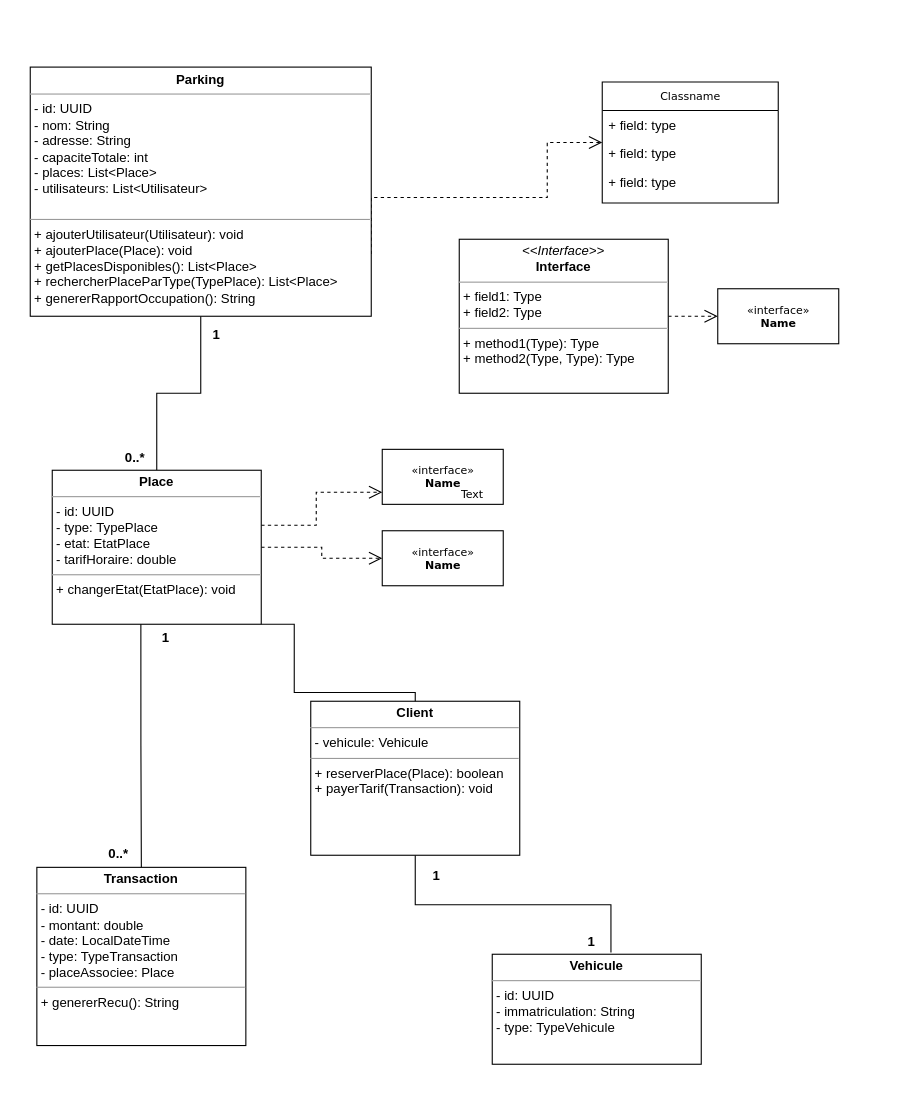
Above: images/Diagramme sans nom.drawio in Yassinean/School-Web (draw.io), before the change. Source tidied: cells renumbered, new cells numbered last; positions are measured from the earlier drawing's top-left corner, leaving out a move shared by most shapes. Both pictures are drawn from the tidied source at 110%, with x=0, y=0 at pixel (30, 67).
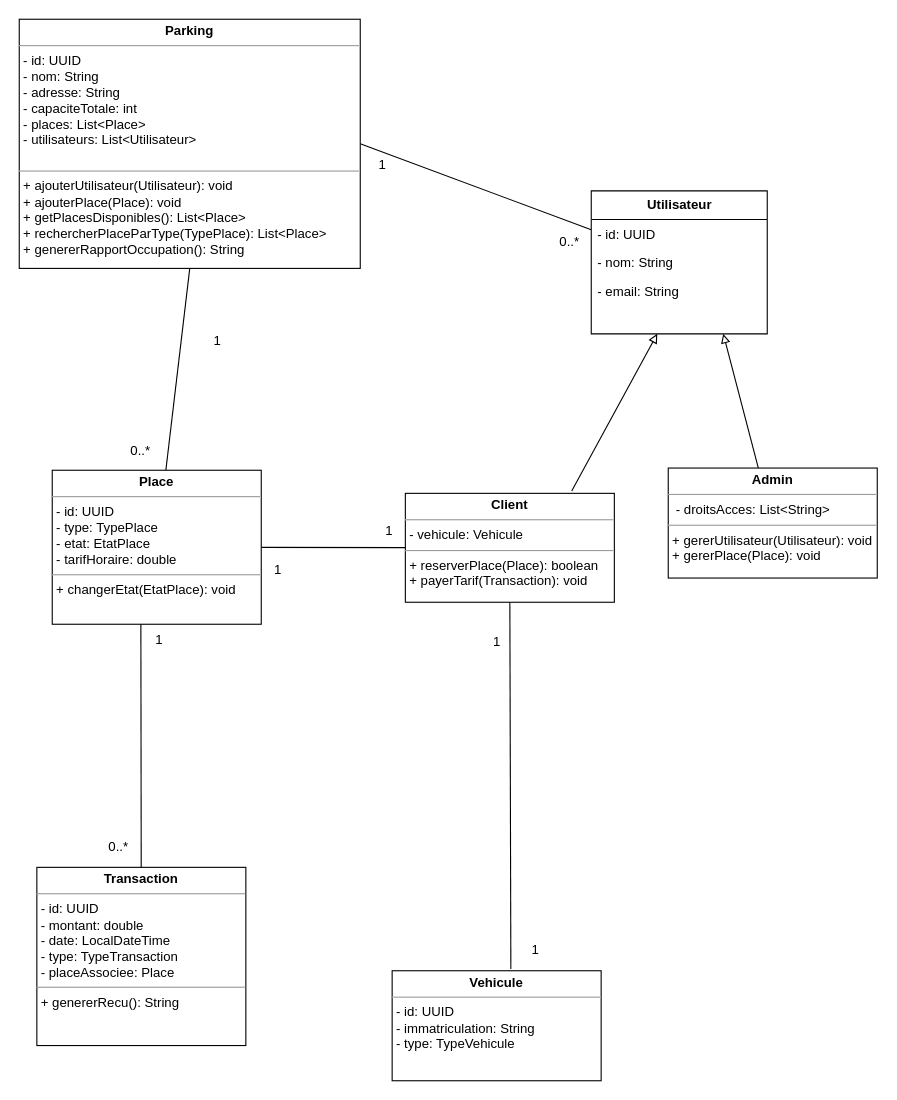
The same page after the edit.

Commit message (it also covers changes not shown here):
Mettre à jour Diagramme sans nom.drawio

Unchanged cells that the change refers to:
```xml
<mxCell id="8" value="&lt;p style=&quot;margin:0px;margin-top:4px;text-align:center;&quot;&gt;&lt;b&gt;Transaction&lt;/b&gt;&lt;/p&gt;&lt;hr size=&quot;1&quot;&gt;&lt;p style=&quot;margin:0px;margin-left:4px;&quot;&gt;- id: UUID&lt;/p&gt;&lt;p style=&quot;margin:0px;margin-left:4px;&quot;&gt;- montant: double&lt;/p&gt;&lt;p style=&quot;margin:0px;margin-left:4px;&quot;&gt;- date: LocalDateTime&lt;/p&gt;&lt;p style=&quot;margin:0px;margin-left:4px;&quot;&gt;- type: TypeTransaction&lt;/p&gt;&lt;p style=&quot;margin:0px;margin-left:4px;&quot;&gt;&lt;span style=&quot;background-color: initial;&quot;&gt;- placeAssociee: Place&lt;/span&gt;&lt;/p&gt;&lt;hr size=&quot;1&quot;&gt;&lt;p style=&quot;margin:0px;margin-left:4px;&quot;&gt;+ genererRecu(): String&lt;/p&gt;" style="verticalAlign=top;align=left;overflow=fill;fontSize=12;fontFamily=Helvetica;html=1;rounded=0;shadow=0;comic=0;labelBackgroundColor=none;strokeWidth=1;" parent="1" vertex="1">
  <mxGeometry x="6" y="727" width="190" height="162" as="geometry" />
</mxCell>
<mxCell id="22" value="&lt;p style=&quot;margin:0px;margin-top:4px;text-align:center;&quot;&gt;&lt;b&gt;Place&lt;/b&gt;&lt;/p&gt;&lt;hr size=&quot;1&quot;&gt;&lt;p style=&quot;margin:0px;margin-left:4px;&quot;&gt;- id: UUID&lt;/p&gt;&lt;p style=&quot;margin:0px;margin-left:4px;&quot;&gt;- type: TypePlace&lt;/p&gt;&lt;p style=&quot;margin:0px;margin-left:4px;&quot;&gt;- etat: EtatPlace&lt;/p&gt;&lt;p style=&quot;margin:0px;margin-left:4px;&quot;&gt;- tarifHoraire: double&lt;/p&gt;&lt;hr size=&quot;1&quot;&gt;&lt;p style=&quot;margin:0px;margin-left:4px;&quot;&gt;+&lt;span style=&quot;background-color: initial;&quot;&gt;&amp;nbsp;changerEtat(EtatPlace): void&lt;/span&gt;&lt;/p&gt;" style="verticalAlign=top;align=left;overflow=fill;fontSize=12;fontFamily=Helvetica;html=1;rounded=0;shadow=0;comic=0;labelBackgroundColor=none;strokeWidth=1;" parent="1" vertex="1">
  <mxGeometry x="20" y="366" width="190" height="140" as="geometry" />
</mxCell>
```

Change to the diagram source:
```diff
@@
-    <mxCell id="2" value="Classname" style="swimlane;html=1;fontStyle=0;horizontal=1;startSize=26;fillColor=none;swimlaneFillColor=#ffffff;rounded=0;shadow=0;comic=0;labelBackgroundColor=none;strokeWidth=1;fontFamily=Verdana;fontSize=10;align=center;" parent="1" vertex="1">
-      <mxGeometry x="520" y="13" width="160" height="110" as="geometry" />
-    </mxCell>
-    <mxCell id="3" value="+ field: type" style="text;html=1;strokeColor=none;fillColor=none;align=left;verticalAlign=top;spacingLeft=4;spacingRight=4;whiteSpace=wrap;overflow=hidden;" parent="2" vertex="1">
-      <mxGeometry y="26" width="160" height="26" as="geometry" />
-    </mxCell>
-    <mxCell id="4" value="+ field: type" style="text;html=1;strokeColor=none;fillColor=none;align=left;verticalAlign=top;spacingLeft=4;spacingRight=4;whiteSpace=wrap;overflow=hidden;" parent="2" vertex="1">
-      <mxGeometry y="52" width="160" height="26" as="geometry" />
-    </mxCell>
-    <mxCell id="5" value="+ field: type" style="text;html=1;strokeColor=none;fillColor=none;align=left;verticalAlign=top;spacingLeft=4;spacingRight=4;whiteSpace=wrap;overflow=hidden;" parent="2" vertex="1">
-      <mxGeometry y="78" width="160" height="26" as="geometry" />
-    </mxCell>
-    <mxCell id="6" style="edgeStyle=orthogonalEdgeStyle;rounded=0;jettySize=auto;html=1;exitX=0.5;exitY=1;exitDx=0;exitDy=0;entryX=0.568;entryY=-0.016;entryDx=0;entryDy=0;endArrow=none;endFill=0;entryPerimeter=0;" parent="1" edge="1" source="7" target="27">
+    <mxCell id="6" style="rounded=0;jettySize=auto;html=1;exitX=0.5;exitY=1;exitDx=0;exitDy=0;entryX=0.568;entryY=-0.016;entryDx=0;entryDy=0;endArrow=none;endFill=0;entryPerimeter=0;" parent="1" edge="1" source="7" target="27">
       <mxGeometry relative="1" as="geometry" />
     </mxCell>
     <mxCell id="7" value="&lt;p style=&quot;margin:0px;margin-top:4px;text-align:center;&quot;&gt;&lt;b&gt;Client&lt;/b&gt;&lt;/p&gt;&lt;hr size=&quot;1&quot;&gt;&lt;p style=&quot;margin:0px;margin-left:4px;&quot;&gt;- vehicule: Vehicule&lt;/p&gt;&lt;hr size=&quot;1&quot;&gt;&lt;p style=&quot;margin:0px;margin-left:4px;&quot;&gt;+ reserverPlace(Place): boolean&lt;/p&gt;&lt;p style=&quot;margin:0px;margin-left:4px;&quot;&gt;+ payerTarif(Transaction): void&lt;/p&gt;" style="verticalAlign=top;align=left;overflow=fill;fontSize=12;fontFamily=Helvetica;html=1;rounded=0;shadow=0;comic=0;labelBackgroundColor=none;strokeWidth=1;" parent="1" vertex="1">
-      <mxGeometry x="255" y="576" width="190" height="140" as="geometry" />
+      <mxGeometry x="341" y="387" width="190" height="99" as="geometry" />
     </mxCell>
@@
-    <mxCell id="9" value="&amp;laquo;interface&amp;raquo;&lt;br&gt;&lt;b&gt;Name&lt;/b&gt;" style="html=1;rounded=0;shadow=0;comic=0;labelBackgroundColor=none;strokeWidth=1;fontFamily=Verdana;fontSize=10;align=center;" parent="1" vertex="1">
-      <mxGeometry x="320" y="421" width="110" height="50" as="geometry" />
-    </mxCell>
-    <mxCell id="10" value="&amp;laquo;interface&amp;raquo;&lt;br&gt;&lt;b&gt;Name&lt;/b&gt;" style="html=1;rounded=0;shadow=0;comic=0;labelBackgroundColor=none;strokeWidth=1;fontFamily=Verdana;fontSize=10;align=center;" parent="1" vertex="1">
-      <mxGeometry x="320" y="347" width="110" height="50" as="geometry" />
-    </mxCell>
-    <mxCell id="11" style="edgeStyle=orthogonalEdgeStyle;rounded=0;html=1;dashed=1;labelBackgroundColor=none;startFill=0;endArrow=open;endFill=0;endSize=10;fontFamily=Verdana;fontSize=10;" parent="1" edge="1" source="12" target="14">
-      <mxGeometry relative="1" as="geometry" />
-    </mxCell>
-    <mxCell id="12" value="&lt;p style=&quot;margin:0px;margin-top:4px;text-align:center;&quot;&gt;&lt;i&gt;&amp;lt;&amp;lt;Interface&amp;gt;&amp;gt;&lt;/i&gt;&lt;br/&gt;&lt;b&gt;Interface&lt;/b&gt;&lt;/p&gt;&lt;hr size=&quot;1&quot;/&gt;&lt;p style=&quot;margin:0px;margin-left:4px;&quot;&gt;+ field1: Type&lt;br/&gt;+ field2: Type&lt;/p&gt;&lt;hr size=&quot;1&quot;/&gt;&lt;p style=&quot;margin:0px;margin-left:4px;&quot;&gt;+ method1(Type): Type&lt;br/&gt;+ method2(Type, Type): Type&lt;/p&gt;" style="verticalAlign=top;align=left;overflow=fill;fontSize=12;fontFamily=Helvetica;html=1;rounded=0;shadow=0;comic=0;labelBackgroundColor=none;strokeWidth=1;" parent="1" vertex="1">
-      <mxGeometry x="390" y="156" width="190" height="140" as="geometry" />
-    </mxCell>
-    <mxCell id="13" value="Text" style="text;html=1;align=left;verticalAlign=top;spacingTop=-4;fontSize=10;fontFamily=Verdana;fontColor=#000000;" parent="1" vertex="1">
-      <mxGeometry x="390" y="380" width="40" height="10" as="geometry" />
-    </mxCell>
-    <mxCell id="14" value="&amp;laquo;interface&amp;raquo;&lt;br&gt;&lt;b&gt;Name&lt;/b&gt;" style="html=1;rounded=0;shadow=0;comic=0;labelBackgroundColor=none;strokeWidth=1;fontFamily=Verdana;fontSize=10;align=center;" parent="1" vertex="1">
-      <mxGeometry x="625" y="201" width="110" height="50" as="geometry" />
-    </mxCell>
-    <mxCell id="15" style="edgeStyle=orthogonalEdgeStyle;rounded=0;html=1;exitX=1;exitY=0.75;dashed=1;labelBackgroundColor=none;startFill=0;endArrow=open;endFill=0;endSize=10;fontFamily=Verdana;fontSize=10;" parent="1" edge="1" source="17" target="2">
-      <mxGeometry relative="1" as="geometry">
-        <Array as="points">
-          <mxPoint x="470" y="118" />
-          <mxPoint x="470" y="68" />
-        </Array>
-      </mxGeometry>
-    </mxCell>
-    <mxCell id="16" style="edgeStyle=orthogonalEdgeStyle;rounded=0;jettySize=auto;html=1;exitX=0.5;exitY=1;exitDx=0;exitDy=0;endArrow=none;endFill=0;" parent="1" edge="1" source="17" target="22">
+    <mxCell id="16" style="rounded=0;jettySize=auto;html=1;exitX=0.5;exitY=1;exitDx=0;exitDy=0;endArrow=none;endFill=0;" parent="1" edge="1" source="17" target="22">
       <mxGeometry relative="1" as="geometry" />
     </mxCell>
+    <mxCell id="30" style="rounded=0;jettySize=auto;html=1;exitX=1;exitY=0.5;exitDx=0;exitDy=0;endArrow=none;endFill=0;" parent="1" edge="1" source="17" target="31">
+      <mxGeometry relative="1" as="geometry" />
+    </mxCell>
     <mxCell id="17" value="&lt;p style=&quot;margin: 4px 0px 0px; text-align: center;&quot;&gt;&lt;b&gt;Parking&lt;/b&gt;&lt;/p&gt;&lt;hr size=&quot;1&quot;&gt;&lt;p style=&quot;margin:0px;margin-left:4px;&quot;&gt;- id: UUID&lt;/p&gt;&lt;p style=&quot;margin:0px;margin-left:4px;&quot;&gt;- nom: String&lt;/p&gt;&lt;p style=&quot;margin:0px;margin-left:4px;&quot;&gt;- adresse: String&amp;nbsp;&amp;nbsp;&lt;/p&gt;&lt;p style=&quot;margin:0px;margin-left:4px;&quot;&gt;- capaciteTotale: int&lt;/p&gt;&lt;p style=&quot;margin:0px;margin-left:4px;&quot;&gt;- places: List&amp;lt;Place&amp;gt;&lt;/p&gt;&lt;p style=&quot;margin:0px;margin-left:4px;&quot;&gt;- utilisateurs: List&amp;lt;Utilisateur&amp;gt;&lt;/p&gt;&lt;p style=&quot;margin:0px;margin-left:4px;&quot;&gt;&lt;br&gt;&lt;/p&gt;&lt;hr size=&quot;1&quot;&gt;&lt;p style=&quot;margin:0px;margin-left:4px;&quot;&gt;+ ajouterUtilisateur(Utilisateur): void&amp;nbsp;&lt;/p&gt;&lt;p style=&quot;margin:0px;margin-left:4px;&quot;&gt;+ ajouterPlace(Place): void&lt;/p&gt;&lt;p style=&quot;margin:0px;margin-left:4px;&quot;&gt;+ getPlacesDisponibles(): List&amp;lt;Place&amp;gt;&lt;/p&gt;&lt;p style=&quot;margin:0px;margin-left:4px;&quot;&gt;+ rechercherPlaceParType(TypePlace): List&amp;lt;Place&amp;gt;&lt;/p&gt;&lt;p style=&quot;margin:0px;margin-left:4px;&quot;&gt;+ genererRapportOccupation(): String&amp;nbsp;&lt;/p&gt;" style="verticalAlign=top;align=left;overflow=fill;fontSize=12;fontFamily=Helvetica;html=1;rounded=0;shadow=0;comic=0;labelBackgroundColor=none;strokeWidth=1;" parent="1" vertex="1">
-      <mxGeometry y="-0.5" width="310" height="226.5" as="geometry" />
+      <mxGeometry x="-10" y="-44" width="310" height="226.5" as="geometry" />
     </mxCell>
-    <mxCell id="18" style="edgeStyle=orthogonalEdgeStyle;rounded=0;html=1;dashed=1;labelBackgroundColor=none;startFill=0;endArrow=open;endFill=0;endSize=10;fontFamily=Verdana;fontSize=10;" parent="1" edge="1" source="22" target="10">
-      <mxGeometry relative="1" as="geometry">
-        <Array as="points">
-          <mxPoint x="260" y="416" />
-          <mxPoint x="260" y="386" />
-        </Array>
-      </mxGeometry>
-    </mxCell>
-    <mxCell id="19" style="edgeStyle=orthogonalEdgeStyle;rounded=0;html=1;dashed=1;labelBackgroundColor=none;startFill=0;endArrow=open;endFill=0;endSize=10;fontFamily=Verdana;fontSize=10;" parent="1" edge="1" source="22" target="9">
-      <mxGeometry relative="1" as="geometry" />
-    </mxCell>
-    <mxCell id="20" style="edgeStyle=orthogonalEdgeStyle;rounded=0;html=1;labelBackgroundColor=none;startFill=0;endArrow=none;endFill=0;endSize=10;fontFamily=Verdana;fontSize=10;" parent="1" edge="1" source="22" target="7">
-      <mxGeometry relative="1" as="geometry">
-        <Array as="points">
-          <mxPoint x="240" y="506" />
-          <mxPoint x="240" y="568" />
-        </Array>
-      </mxGeometry>
+    <mxCell id="20" style="rounded=0;html=1;labelBackgroundColor=none;startFill=0;endArrow=none;endFill=0;endSize=10;fontFamily=Verdana;fontSize=10;" parent="1" edge="1" source="22" target="7">
+      <mxGeometry relative="1" as="geometry" />
     </mxCell>
-    <mxCell id="21" style="edgeStyle=orthogonalEdgeStyle;rounded=0;html=1;labelBackgroundColor=none;startFill=0;endArrow=none;endFill=0;endSize=10;fontFamily=Verdana;fontSize=10;exitX=0.424;exitY=0.991;exitDx=0;exitDy=0;exitPerimeter=0;" parent="1" edge="1" source="22" target="8">
+    <mxCell id="21" style="rounded=0;html=1;labelBackgroundColor=none;startFill=0;endArrow=none;endFill=0;endSize=10;fontFamily=Verdana;fontSize=10;exitX=0.424;exitY=0.991;exitDx=0;exitDy=0;exitPerimeter=0;" parent="1" edge="1" source="22" target="8">
       <mxGeometry relative="1" as="geometry" />
     </mxCell>
@@
-    <mxCell id="23" value="&lt;font style=&quot;font-size: 12px;&quot;&gt;0..*&lt;/font&gt;" style="text;strokeColor=none;fillColor=none;html=1;fontSize=24;fontStyle=1;verticalAlign=middle;align=center;" parent="1" vertex="1">
-      <mxGeometry x="75" y="336" width="40" height="30" as="geometry" />
-    </mxCell>
-    <mxCell id="24" value="&lt;font style=&quot;font-size: 12px;&quot;&gt;1&lt;/font&gt;" style="text;strokeColor=none;fillColor=none;html=1;fontSize=24;fontStyle=1;verticalAlign=middle;align=center;" parent="1" vertex="1">
-      <mxGeometry x="149" y="224" width="40" height="30" as="geometry" />
-    </mxCell>
-    <mxCell id="25" value="&lt;font style=&quot;font-size: 12px;&quot;&gt;0..*&lt;/font&gt;" style="text;strokeColor=none;fillColor=none;html=1;fontSize=24;fontStyle=1;verticalAlign=middle;align=center;" parent="1" vertex="1">
-      <mxGeometry x="60" y="696" width="40" height="30" as="geometry" />
-    </mxCell>
-    <mxCell id="26" value="&lt;font style=&quot;font-size: 12px;&quot;&gt;1&lt;/font&gt;" style="text;strokeColor=none;fillColor=none;html=1;fontSize=24;fontStyle=1;verticalAlign=middle;align=center;" parent="1" vertex="1">
-      <mxGeometry x="103" y="500" width="40" height="30" as="geometry" />
-    </mxCell>
     <mxCell id="27" value="&lt;p style=&quot;margin:0px;margin-top:4px;text-align:center;&quot;&gt;&lt;b&gt;Vehicule&lt;/b&gt;&lt;/p&gt;&lt;hr size=&quot;1&quot;&gt;&lt;p style=&quot;margin:0px;margin-left:4px;&quot;&gt;- id: UUID&lt;/p&gt;&lt;p style=&quot;margin:0px;margin-left:4px;&quot;&gt;- immatriculation: String&lt;/p&gt;&lt;p style=&quot;margin:0px;margin-left:4px;&quot;&gt;- type: TypeVehicule&lt;/p&gt;" style="verticalAlign=top;align=left;overflow=fill;fontSize=12;fontFamily=Helvetica;html=1;rounded=0;shadow=0;comic=0;labelBackgroundColor=none;strokeWidth=1;" parent="1" vertex="1">
-      <mxGeometry x="420" y="806" width="190" height="100" as="geometry" />
+      <mxGeometry x="329" y="821" width="190" height="100" as="geometry" />
     </mxCell>
-    <mxCell id="28" value="&lt;font style=&quot;font-size: 12px;&quot;&gt;1&lt;/font&gt;" style="text;strokeColor=none;fillColor=none;html=1;fontSize=24;fontStyle=1;verticalAlign=middle;align=center;" parent="1" vertex="1">
-      <mxGeometry x="490" y="776" width="40" height="30" as="geometry" />
-    </mxCell>
-    <mxCell id="29" value="&lt;font style=&quot;font-size: 12px;&quot;&gt;1&lt;/font&gt;" style="text;strokeColor=none;fillColor=none;html=1;fontSize=24;fontStyle=1;verticalAlign=middle;align=center;" parent="1" vertex="1">
-      <mxGeometry x="349" y="716" width="40" height="30" as="geometry" />
-    </mxCell>
+    <mxCell id="31" value="&lt;font face=&quot;Helvetica&quot;&gt;&lt;span style=&quot;font-size: 12px;&quot;&gt;&lt;b&gt;Utilisateur&lt;/b&gt;&lt;/span&gt;&lt;/font&gt;" style="swimlane;html=1;fontStyle=0;horizontal=1;startSize=26;fillColor=none;swimlaneFillColor=#ffffff;rounded=0;shadow=0;comic=0;labelBackgroundColor=none;strokeWidth=1;fontFamily=Verdana;fontSize=10;align=center;" parent="1" vertex="1">
+      <mxGeometry x="510" y="112" width="160" height="130" as="geometry" />
+    </mxCell>
+    <mxCell id="32" value="&lt;div&gt;&lt;span style=&quot;background-color: initial;&quot;&gt;- id: UUID&lt;/span&gt;&lt;/div&gt;&lt;div&gt;&lt;br&gt;&lt;/div&gt;" style="text;html=1;strokeColor=none;fillColor=none;align=left;verticalAlign=top;spacingLeft=4;spacingRight=4;whiteSpace=wrap;overflow=hidden;" parent="31" vertex="1">
+      <mxGeometry y="26" width="160" height="26" as="geometry" />
+    </mxCell>
+    <mxCell id="33" value="- nom: String" style="text;html=1;strokeColor=none;fillColor=none;align=left;verticalAlign=top;spacingLeft=4;spacingRight=4;whiteSpace=wrap;overflow=hidden;" parent="31" vertex="1">
+      <mxGeometry y="52" width="160" height="26" as="geometry" />
+    </mxCell>
+    <mxCell id="34" value="- email: String" style="text;html=1;strokeColor=none;fillColor=none;align=left;verticalAlign=top;spacingLeft=4;spacingRight=4;whiteSpace=wrap;overflow=hidden;" parent="31" vertex="1">
+      <mxGeometry y="78" width="160" height="26" as="geometry" />
+    </mxCell>
+    <mxCell id="35" style="rounded=0;jettySize=auto;html=1;entryX=0.796;entryY=-0.022;entryDx=0;entryDy=0;entryPerimeter=0;startArrow=block;startFill=0;endArrow=none;endFill=0;" parent="1" edge="1" target="7">
+      <mxGeometry relative="1" as="geometry">
+        <mxPoint x="570" y="242" as="sourcePoint" />
+      </mxGeometry>
+    </mxCell>
+    <mxCell id="36" value="&lt;p style=&quot;margin:0px;margin-top:4px;text-align:center;&quot;&gt;&lt;b&gt;Admin&lt;/b&gt;&lt;/p&gt;&lt;hr size=&quot;1&quot;&gt;&lt;p style=&quot;margin:0px;margin-left:4px;&quot;&gt;&amp;nbsp;- droitsAcces: List&amp;lt;String&amp;gt;&lt;/p&gt;&lt;hr size=&quot;1&quot;&gt;&lt;p style=&quot;margin:0px;margin-left:4px;&quot;&gt;+ gererUtilisateur(Utilisateur): void&lt;/p&gt;&lt;p style=&quot;margin:0px;margin-left:4px;&quot;&gt;+ gererPlace(Place): void&lt;/p&gt;" style="verticalAlign=top;align=left;overflow=fill;fontSize=12;fontFamily=Helvetica;html=1;rounded=0;shadow=0;comic=0;labelBackgroundColor=none;strokeWidth=1;" parent="1" vertex="1">
+      <mxGeometry x="580" y="364" width="190" height="100" as="geometry" />
+    </mxCell>
+    <mxCell id="37" style="rounded=0;jettySize=auto;html=1;exitX=0.75;exitY=1;exitDx=0;exitDy=0;startArrow=block;startFill=0;endArrow=none;endFill=0;" parent="1" edge="1" source="31" target="36">
+      <mxGeometry relative="1" as="geometry" />
+    </mxCell>
+    <mxCell id="38" value="1" style="text;html=1;align=center;verticalAlign=middle;strokeColor=none;fillColor=none;" parent="1" vertex="1">
+      <mxGeometry x="210" y="442" width="30" height="30" as="geometry" />
+    </mxCell>
+    <mxCell id="39" value="1" style="text;html=1;align=center;verticalAlign=middle;strokeColor=none;fillColor=none;" parent="1" vertex="1">
+      <mxGeometry x="311" y="406" width="30" height="30" as="geometry" />
+    </mxCell>
+    <mxCell id="40" value="1" style="text;html=1;align=center;verticalAlign=middle;strokeColor=none;fillColor=none;" parent="1" vertex="1">
+      <mxGeometry x="102" y="505" width="30" height="30" as="geometry" />
+    </mxCell>
+    <mxCell id="41" value="0..*" style="text;html=1;align=center;verticalAlign=middle;strokeColor=none;fillColor=none;" parent="1" vertex="1">
+      <mxGeometry x="60" y="694" width="40" height="30" as="geometry" />
+    </mxCell>
+    <mxCell id="42" value="1" style="text;html=1;align=center;verticalAlign=middle;strokeColor=none;fillColor=none;" parent="1" vertex="1">
+      <mxGeometry x="409" y="507" width="30" height="30" as="geometry" />
+    </mxCell>
+    <mxCell id="43" value="1" style="text;html=1;align=center;verticalAlign=middle;strokeColor=none;fillColor=none;" parent="1" vertex="1">
+      <mxGeometry x="444" y="787" width="30" height="30" as="geometry" />
+    </mxCell>
+    <mxCell id="44" value="0..*" style="text;html=1;align=center;verticalAlign=middle;strokeColor=none;fillColor=none;" parent="1" vertex="1">
+      <mxGeometry x="80" y="334" width="40" height="30" as="geometry" />
+    </mxCell>
+    <mxCell id="45" value="1" style="text;html=1;align=center;verticalAlign=middle;strokeColor=none;fillColor=none;" parent="1" vertex="1">
+      <mxGeometry x="155" y="234" width="30" height="30" as="geometry" />
+    </mxCell>
+    <mxCell id="46" value="0..*" style="text;html=1;align=center;verticalAlign=middle;strokeColor=none;fillColor=none;" parent="1" vertex="1">
+      <mxGeometry x="470" y="144" width="40" height="30" as="geometry" />
+    </mxCell>
+    <mxCell id="47" value="1" style="text;html=1;align=center;verticalAlign=middle;strokeColor=none;fillColor=none;" parent="1" vertex="1">
+      <mxGeometry x="305" y="74" width="30" height="30" as="geometry" />
+    </mxCell>
```
